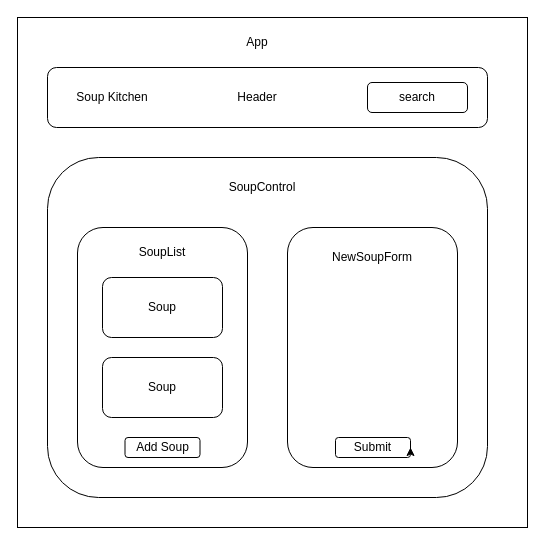
Before: app.drawio in weijwang18/Inventory-Tracker, a draw.io diagram. Source tidied: cells renumbered, new cells numbered last; positions are measured from the earlier drawing's top-left corner, leaving out a move shared by most shapes. Both pictures are drawn from the tidied source at 100%, with x=0, y=0 at pixel (17, 17).
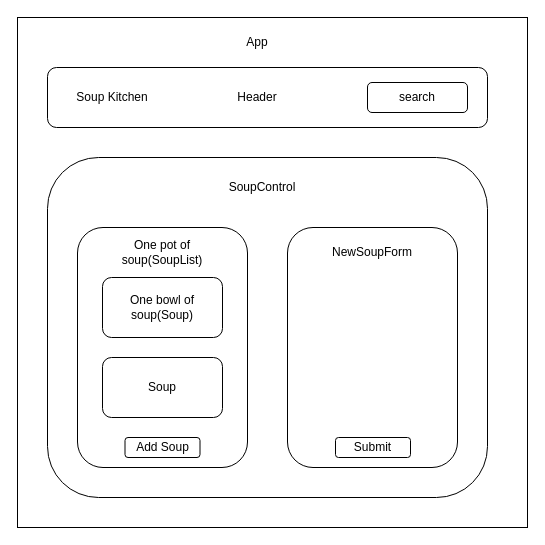
After the change.

What changed in the source:
```diff
@@
 <mxGraphModel>
   <root>
     <mxCell id="0" />
     <mxCell id="1" parent="0" />
     <mxCell id="2" style="whiteSpace=wrap;html=1;" parent="1" vertex="1">
       <mxGeometry width="510" height="510" as="geometry" />
     </mxCell>
     <mxCell id="3" style="rounded=1;whiteSpace=wrap;html=1;" parent="1" vertex="1">
       <mxGeometry x="30" y="50" width="440" height="60" as="geometry" />
     </mxCell>
     <mxCell id="4" style="rounded=1;whiteSpace=wrap;html=1;" parent="1" vertex="1">
       <mxGeometry x="30" y="140" width="440" height="340" as="geometry" />
     </mxCell>
     <mxCell id="5" value="Header" style="text;html=1;strokeColor=none;fillColor=none;align=center;verticalAlign=middle;whiteSpace=wrap;rounded=0;" parent="1" vertex="1">
       <mxGeometry x="210" y="60" width="60" height="40" as="geometry" />
     </mxCell>
     <mxCell id="6" value="App" style="text;html=1;strokeColor=none;fillColor=none;align=center;verticalAlign=middle;whiteSpace=wrap;rounded=0;" parent="1" vertex="1">
       <mxGeometry x="210" y="10" width="60" height="30" as="geometry" />
     </mxCell>
     <mxCell id="7" value="search" style="rounded=1;whiteSpace=wrap;html=1;" parent="1" vertex="1">
       <mxGeometry x="350" y="65" width="100" height="30" as="geometry" />
     </mxCell>
     <mxCell id="8" value="Soup Kitchen" style="text;html=1;strokeColor=none;fillColor=none;align=center;verticalAlign=middle;whiteSpace=wrap;rounded=0;" parent="1" vertex="1">
       <mxGeometry x="50" y="65" width="90" height="30" as="geometry" />
     </mxCell>
     <mxCell id="9" value="SoupControl" style="text;html=1;strokeColor=none;fillColor=none;align=center;verticalAlign=middle;whiteSpace=wrap;rounded=0;" parent="1" vertex="1">
       <mxGeometry x="180" y="150" width="130" height="40" as="geometry" />
     </mxCell>
     <mxCell id="10" style="rounded=1;whiteSpace=wrap;html=1;" parent="1" vertex="1">
       <mxGeometry x="60" y="210" width="170" height="240" as="geometry" />
     </mxCell>
-    <mxCell id="11" value="SoupList" style="text;html=1;strokeColor=none;fillColor=none;align=center;verticalAlign=middle;whiteSpace=wrap;rounded=0;" parent="1" vertex="1">
-      <mxGeometry x="115" y="220" width="60" height="30" as="geometry" />
-    </mxCell>
-    <mxCell id="12" value="Soup" style="rounded=1;whiteSpace=wrap;html=1;" parent="1" vertex="1">
+    <mxCell id="12" value="One bowl of soup(Soup)" style="rounded=1;whiteSpace=wrap;html=1;" parent="1" vertex="1">
       <mxGeometry x="85" y="260" width="120" height="60" as="geometry" />
     </mxCell>
     <mxCell id="13" value="Soup" style="rounded=1;whiteSpace=wrap;html=1;" parent="1" vertex="1">
       <mxGeometry x="85" y="340" width="120" height="60" as="geometry" />
     </mxCell>
     <mxCell id="14" value="Add Soup" style="rounded=1;whiteSpace=wrap;html=1;" parent="1" vertex="1">
       <mxGeometry x="107.5" y="420" width="75" height="20" as="geometry" />
     </mxCell>
     <mxCell id="15" style="rounded=1;whiteSpace=wrap;html=1;" parent="1" vertex="1">
       <mxGeometry x="270" y="210" width="170" height="240" as="geometry" />
     </mxCell>
     <mxCell id="16" value="NewSoupForm" style="text;html=1;strokeColor=none;fillColor=none;align=center;verticalAlign=middle;whiteSpace=wrap;rounded=0;" parent="1" vertex="1">
-      <mxGeometry x="315" y="220" width="80" height="40" as="geometry" />
+      <mxGeometry x="315" y="215" width="80" height="40" as="geometry" />
     </mxCell>
     <mxCell id="17" value="Submit" style="rounded=1;whiteSpace=wrap;html=1;" parent="1" vertex="1">
       <mxGeometry x="318" y="420" width="75" height="20" as="geometry" />
     </mxCell>
-    <mxCell id="18" style="edgeStyle=none;html=1;exitX=1;exitY=0.75;exitDx=0;exitDy=0;entryX=1;entryY=0.5;entryDx=0;entryDy=0;" parent="1" edge="1" source="17" target="17">
-      <mxGeometry relative="1" as="geometry" />
-    </mxCell>
+    <mxCell id="19" value="One pot of soup(SoupList)" style="text;html=1;strokeColor=none;fillColor=none;align=center;verticalAlign=middle;whiteSpace=wrap;rounded=0;" parent="1" vertex="1">
+      <mxGeometry x="84" y="220" width="122" height="30" as="geometry" />
+    </mxCell>
   </root>
 </mxGraphModel>
```
